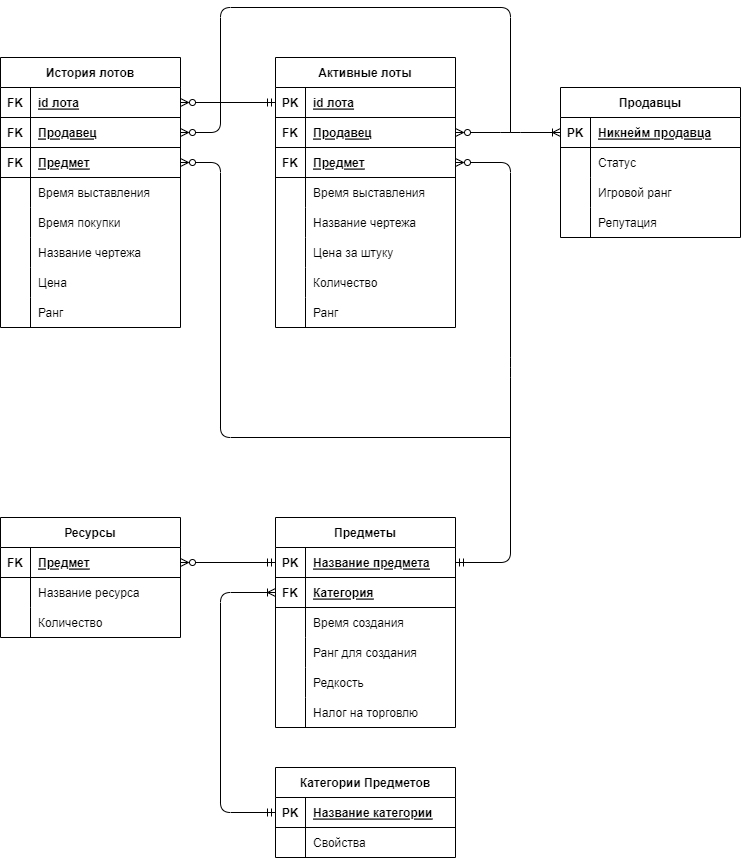
Before: logical_model.png, a diagram exported from draw.io (RusVS1/mipt_database). Source tidied: cells renumbered, new cells last; positions are measured from the earlier drawing's top-left corner, leaving out a move shared by most shapes.
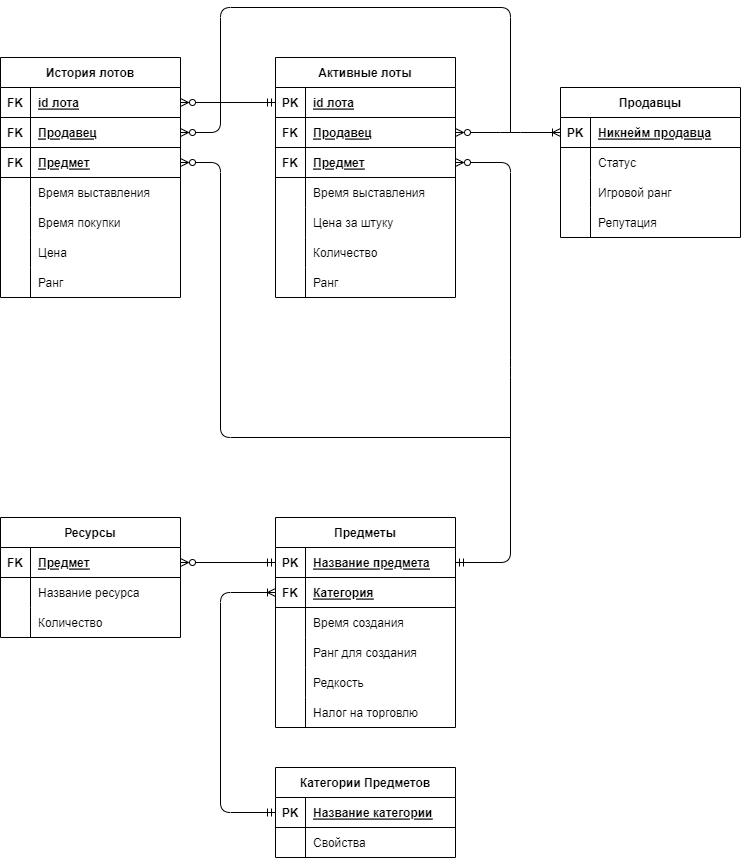
Later version of the same file.

Commit message:
add physical model

What changed in the source:
```diff
@@ -150,7 +150,7 @@
       <mxGeometry x="30" width="150" height="30" as="geometry" />
     </mxCell>
     <mxCell id="51" value="Активные лоты" style="shape=table;startSize=30;rowLines=0;fontStyle=1;align=center;shadow=0;" parent="1" vertex="1">
-      <mxGeometry x="275" y="50" width="180" height="270" as="geometry" />
+      <mxGeometry x="275" y="50" width="180" height="240" as="geometry" />
     </mxCell>
     <mxCell id="52" style="shape=tableRow;horizontal=0;startSize=0;swimlaneHead=0;swimlaneBody=0;fillColor=none;points=[[0,0.5],[1,0.5]];portConstraint=eastwest;top=0;left=0;right=0;bottom=1;shadow=0;" parent="51" vertex="1">
       <mxGeometry y="30" width="180" height="30" as="geometry" />
@@ -188,17 +188,8 @@
     <mxCell id="63" value="Время выставления" style="shape=partialRectangle;fillColor=none;top=0;left=0;bottom=0;right=0;align=left;spacingLeft=6;overflow=hidden;shadow=0;" parent="61" vertex="1">
       <mxGeometry x="30" width="150" height="30" as="geometry" />
     </mxCell>
-    <mxCell id="64" style="shape=tableRow;horizontal=0;startSize=0;swimlaneHead=0;swimlaneBody=0;fillColor=none;top=0;left=0;right=0;bottom=0;shadow=0;" parent="51" vertex="1">
-      <mxGeometry y="150" width="180" height="30" as="geometry" />
-    </mxCell>
-    <mxCell id="65" style="shape=partialRectangle;fillColor=none;top=0;left=0;bottom=0;right=0;overflow=hidden;shadow=0;" parent="64" vertex="1">
-      <mxGeometry width="30" height="30" as="geometry" />
-    </mxCell>
-    <mxCell id="66" value="Название чертежа" style="shape=partialRectangle;fillColor=none;top=0;left=0;bottom=0;right=0;align=left;spacingLeft=6;overflow=hidden;shadow=0;" parent="64" vertex="1">
-      <mxGeometry x="30" width="150" height="30" as="geometry" />
-    </mxCell>
     <mxCell id="67" style="shape=tableRow;horizontal=0;startSize=0;swimlaneHead=0;swimlaneBody=0;fillColor=none;top=0;left=0;right=0;bottom=0;shadow=0;" parent="51" vertex="1">
-      <mxGeometry y="180" width="180" height="30" as="geometry" />
+      <mxGeometry y="150" width="180" height="30" as="geometry" />
     </mxCell>
     <mxCell id="68" style="shape=partialRectangle;fillColor=none;top=0;left=0;bottom=0;right=0;overflow=hidden;shadow=0;" parent="67" vertex="1">
       <mxGeometry width="30" height="30" as="geometry" />
@@ -207,7 +198,7 @@
       <mxGeometry x="30" width="150" height="30" as="geometry" />
     </mxCell>
     <mxCell id="70" style="shape=tableRow;horizontal=0;startSize=0;swimlaneHead=0;swimlaneBody=0;fillColor=none;top=0;left=0;right=0;bottom=0;shadow=0;" parent="51" vertex="1">
-      <mxGeometry y="210" width="180" height="30" as="geometry" />
+      <mxGeometry y="180" width="180" height="30" as="geometry" />
     </mxCell>
     <mxCell id="71" style="shape=partialRectangle;fillColor=none;top=0;left=0;bottom=0;right=0;overflow=hidden;shadow=0;" parent="70" vertex="1">
       <mxGeometry width="30" height="30" as="geometry" />
@@ -216,7 +207,7 @@
       <mxGeometry x="30" width="150" height="30" as="geometry" />
     </mxCell>
     <mxCell id="73" style="shape=tableRow;horizontal=0;startSize=0;swimlaneHead=0;swimlaneBody=0;fillColor=none;top=0;left=0;right=0;bottom=0;shadow=0;" parent="51" vertex="1">
-      <mxGeometry y="240" width="180" height="30" as="geometry" />
+      <mxGeometry y="210" width="180" height="30" as="geometry" />
     </mxCell>
     <mxCell id="74" style="shape=partialRectangle;fillColor=none;top=0;left=0;bottom=0;right=0;overflow=hidden;shadow=0;" parent="73" vertex="1">
       <mxGeometry width="30" height="30" as="geometry" />
@@ -243,7 +234,7 @@
       </mxGeometry>
     </mxCell>
     <mxCell id="79" value="История лотов" style="shape=table;startSize=30;rowLines=0;fontStyle=1;align=center;shadow=0;" parent="1" vertex="1">
-      <mxGeometry y="50" width="180" height="270" as="geometry" />
+      <mxGeometry y="50" width="180" height="240" as="geometry" />
     </mxCell>
     <mxCell id="80" style="shape=tableRow;horizontal=0;startSize=0;swimlaneHead=0;swimlaneBody=0;fillColor=none;points=[[0,0.5],[1,0.5]];portConstraint=eastwest;top=0;left=0;right=0;bottom=1;shadow=0;" parent="79" vertex="1">
       <mxGeometry y="30" width="180" height="30" as="geometry" />
@@ -290,17 +281,8 @@
     <mxCell id="94" value="Время покупки" style="shape=partialRectangle;fillColor=none;top=0;left=0;bottom=0;right=0;align=left;spacingLeft=6;overflow=hidden;shadow=0;" parent="92" vertex="1">
       <mxGeometry x="30" width="150" height="30" as="geometry" />
     </mxCell>
-    <mxCell id="95" style="shape=tableRow;horizontal=0;startSize=0;swimlaneHead=0;swimlaneBody=0;fillColor=none;top=0;left=0;right=0;bottom=0;shadow=0;" parent="79" vertex="1">
-      <mxGeometry y="180" width="180" height="30" as="geometry" />
-    </mxCell>
-    <mxCell id="96" style="shape=partialRectangle;fillColor=none;top=0;left=0;bottom=0;right=0;overflow=hidden;shadow=0;" parent="95" vertex="1">
-      <mxGeometry width="30" height="30" as="geometry" />
-    </mxCell>
-    <mxCell id="97" value="Название чертежа" style="shape=partialRectangle;fillColor=none;top=0;left=0;bottom=0;right=0;align=left;spacingLeft=6;overflow=hidden;shadow=0;" parent="95" vertex="1">
-      <mxGeometry x="30" width="150" height="30" as="geometry" />
-    </mxCell>
     <mxCell id="98" style="shape=tableRow;horizontal=0;startSize=0;swimlaneHead=0;swimlaneBody=0;fillColor=none;top=0;left=0;right=0;bottom=0;shadow=0;" parent="79" vertex="1">
-      <mxGeometry y="210" width="180" height="30" as="geometry" />
+      <mxGeometry y="180" width="180" height="30" as="geometry" />
     </mxCell>
     <mxCell id="99" style="shape=partialRectangle;fillColor=none;top=0;left=0;bottom=0;right=0;overflow=hidden;shadow=0;" parent="98" vertex="1">
       <mxGeometry width="30" height="30" as="geometry" />
@@ -309,7 +291,7 @@
       <mxGeometry x="30" width="150" height="30" as="geometry" />
     </mxCell>
     <mxCell id="101" style="shape=tableRow;horizontal=0;startSize=0;swimlaneHead=0;swimlaneBody=0;fillColor=none;top=0;left=0;right=0;bottom=0;shadow=0;" parent="79" vertex="1">
-      <mxGeometry y="240" width="180" height="30" as="geometry" />
+      <mxGeometry y="210" width="180" height="30" as="geometry" />
     </mxCell>
     <mxCell id="102" style="shape=partialRectangle;fillColor=none;top=0;left=0;bottom=0;right=0;overflow=hidden;shadow=0;" parent="101" vertex="1">
       <mxGeometry width="30" height="30" as="geometry" />
```
